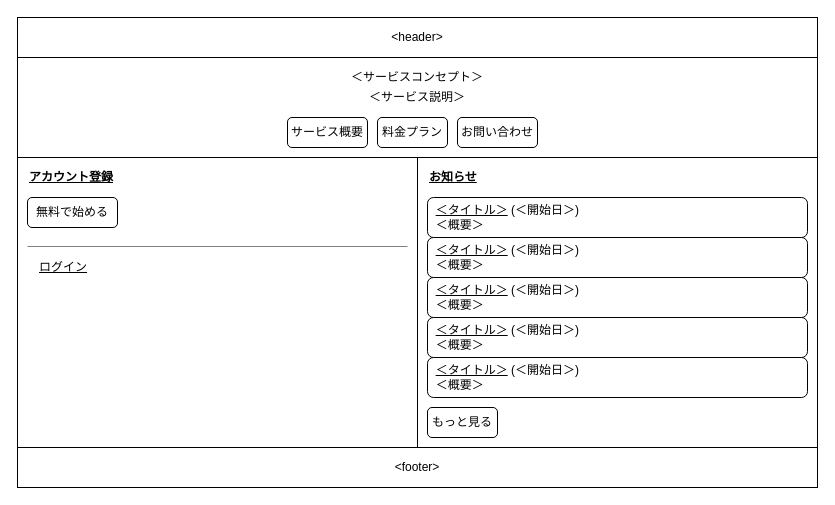
nightonlypj/rails-app-origin keeps this draw.io diagram as 設計/画面設計/トップページ.drawio. Above is the earlier version. Source tidied: cells renumbered, new cells numbered last; positions are measured from the earlier drawing's top-left corner, leaving out a move shared by most shapes. Both pictures are drawn from the tidied source at 100%, with x=0, y=0 at pixel (17, 17).
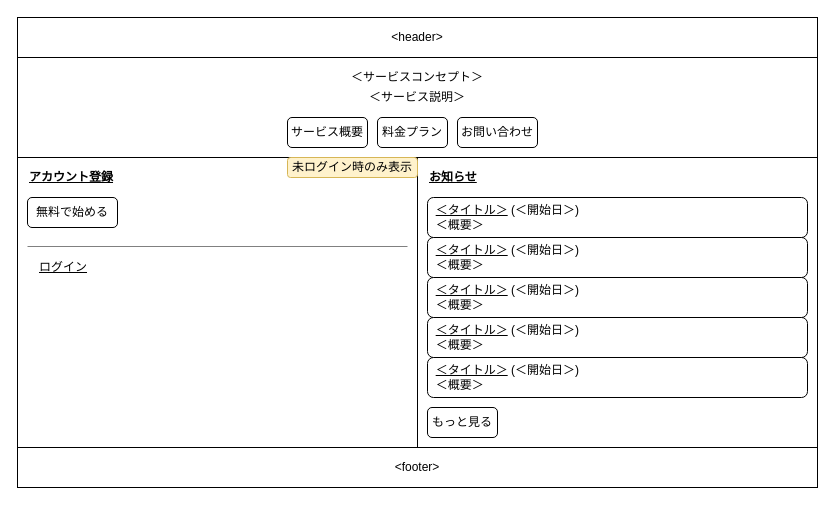
The same diagram, later.

What changed in the source:
```diff
@@
+    <mxCell id="23" value="未ログイン時のみ表示" style="rounded=1;whiteSpace=wrap;html=1;fillColor=#fff2cc;strokeColor=#d6b656;" parent="1" vertex="1">
+      <mxGeometry x="270" y="140" width="130" height="20" as="geometry" />
+    </mxCell>
```
